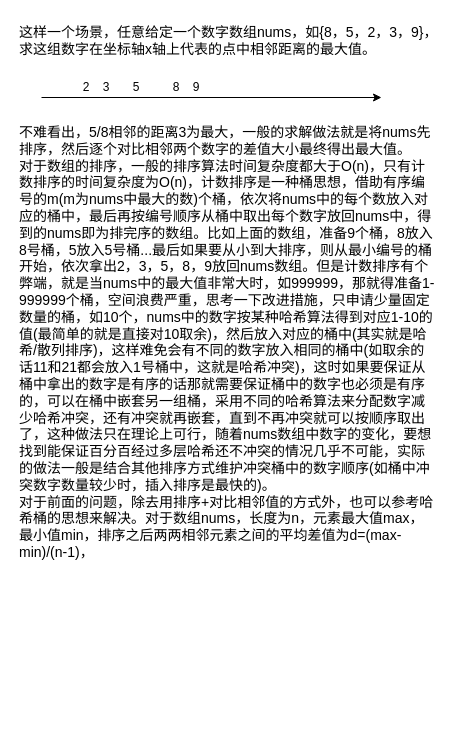
Above: 有序数列相邻元素最大/小差值.drawio in a7956232/drawIOFiles (draw.io), before the change. Source tidied: cells renumbered, new cells numbered last; positions are measured from the earlier drawing's top-left corner, leaving out a move shared by most shapes. Both pictures are drawn from the tidied source at 100%, with x=0, y=0 at pixel (17, 17).
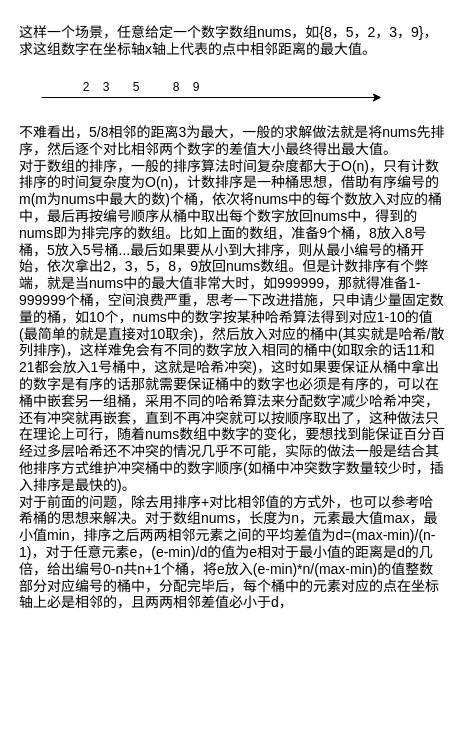
After the change.

Commit message:
更新有序数列相邻元素最大/小差值.drawio

Change to the diagram source:
```diff
@@
 <mxGraphModel>
   <root>
     <mxCell id="0" />
     <mxCell id="1" parent="0" />
     <mxCell id="2" value="这样一个场景，任意给定一个数字数组nums，如{8，5，2，3，9}，求这组数字在坐标轴x轴上代表的点中相邻距离的最大值。" style="text;html=1;strokeColor=none;fillColor=none;align=left;verticalAlign=top;whiteSpace=wrap;rounded=0;fontSize=14;" parent="1" vertex="1">
       <mxGeometry width="430" height="50" as="geometry" />
     </mxCell>
     <mxCell id="3" style="endArrow=classic;html=1;rounded=0;" parent="1" edge="1">
       <mxGeometry relative="1" as="geometry">
         <mxPoint x="24" y="80" as="sourcePoint" />
         <mxPoint x="364" y="80" as="targetPoint" />
       </mxGeometry>
     </mxCell>
     <mxCell id="4" value="2" style="text;html=1;strokeColor=none;fillColor=none;align=center;verticalAlign=middle;whiteSpace=wrap;rounded=0;" parent="1" vertex="1">
       <mxGeometry x="64" y="60" width="10" height="20" as="geometry" />
     </mxCell>
     <mxCell id="5" value="3" style="text;html=1;strokeColor=none;fillColor=none;align=center;verticalAlign=middle;whiteSpace=wrap;rounded=0;" parent="1" vertex="1">
       <mxGeometry x="84" y="60" width="10" height="20" as="geometry" />
     </mxCell>
     <mxCell id="6" value="5" style="text;html=1;strokeColor=none;fillColor=none;align=center;verticalAlign=middle;whiteSpace=wrap;rounded=0;" parent="1" vertex="1">
       <mxGeometry x="114" y="60" width="10" height="20" as="geometry" />
     </mxCell>
     <mxCell id="7" value="8" style="text;html=1;strokeColor=none;fillColor=none;align=center;verticalAlign=middle;whiteSpace=wrap;rounded=0;" parent="1" vertex="1">
       <mxGeometry x="154" y="60" width="10" height="20" as="geometry" />
     </mxCell>
     <mxCell id="8" value="9" style="text;html=1;strokeColor=none;fillColor=none;align=center;verticalAlign=middle;whiteSpace=wrap;rounded=0;" parent="1" vertex="1">
       <mxGeometry x="174" y="60" width="10" height="20" as="geometry" />
     </mxCell>
-    <mxCell id="9" value="不难看出，5/8相邻的距离3为最大，一般的求解做法就是将nums先排序，然后逐个对比相邻两个数字的差值大小最终得出最大值。&lt;br&gt;对于数组的排序，一般的排序算法时间复杂度都大于O(n)，只有计数排序的时间复杂度为O(n)，计数排序是一种桶思想，借助有序编号的m(m为nums中最大的数)个桶，依次将nums中的每个数放入对应的桶中，最后再按编号顺序从桶中取出每个数字放回nums中，得到的nums即为排完序的数组。比如上面的数组，准备9个桶，8放入8号桶，5放入5号桶...最后如果要从小到大排序，则从最小编号的桶开始，依次拿出2，3，5，8，9放回nums数组。但是计数排序有个弊端，就是当nums中的最大值非常大时，如999999，那就得准备1-999999个桶，空间浪费严重，思考一下改进措施，只申请少量固定数量的桶，如10个，nums中的数字按某种哈希算法得到对应1-10的值(最简单的就是直接对10取余)，然后放入对应的桶中(其实就是哈希/散列排序)，这样难免会有不同的数字放入相同的桶中(如取余的话11和21都会放入1号桶中，这就是哈希冲突)，这时如果要保证从桶中拿出的数字是有序的话那就需要保证桶中的数字也必须是有序的，可以在桶中嵌套另一组桶，采用不同的哈希算法来分配数字减少哈希冲突，还有冲突就再嵌套，直到不再冲突就可以按顺序取出了，这种做法只在理论上可行，随着nums数组中数字的变化，要想找到能保证百分百经过多层哈希还不冲突的情况几乎不可能，实际的做法一般是结合其他排序方式维护冲突桶中的数字顺序(如桶中冲突数字数量较少时，插入排序是最快的)。&lt;br&gt;对于前面的问题，除去用排序+对比相邻值的方式外，也可以参考哈希桶的思想来解决。对于数组nums，长度为n，元素最大值max，最小值min，排序之后两两相邻元素之间的平均差值为d=(max-min)/(n-1)，" style="text;html=1;strokeColor=none;fillColor=none;align=left;verticalAlign=top;whiteSpace=wrap;rounded=0;fontSize=14;" parent="1" vertex="1">
-      <mxGeometry y="100" width="420" height="620" as="geometry" />
+    <mxCell id="9" value="不难看出，5/8相邻的距离3为最大，一般的求解做法就是将nums先排序，然后逐个对比相邻两个数字的差值大小最终得出最大值。&lt;br&gt;对于数组的排序，一般的排序算法时间复杂度都大于O(n)，只有计数排序的时间复杂度为O(n)，计数排序是一种桶思想，借助有序编号的m(m为nums中最大的数)个桶，依次将nums中的每个数放入对应的桶中，最后再按编号顺序从桶中取出每个数字放回nums中，得到的nums即为排完序的数组。比如上面的数组，准备9个桶，8放入8号桶，5放入5号桶...最后如果要从小到大排序，则从最小编号的桶开始，依次拿出2，3，5，8，9放回nums数组。但是计数排序有个弊端，就是当nums中的最大值非常大时，如999999，那就得准备1-999999个桶，空间浪费严重，思考一下改进措施，只申请少量固定数量的桶，如10个，nums中的数字按某种哈希算法得到对应1-10的值(最简单的就是直接对10取余)，然后放入对应的桶中(其实就是哈希/散列排序)，这样难免会有不同的数字放入相同的桶中(如取余的话11和21都会放入1号桶中，这就是哈希冲突)，这时如果要保证从桶中拿出的数字是有序的话那就需要保证桶中的数字也必须是有序的，可以在桶中嵌套另一组桶，采用不同的哈希算法来分配数字减少哈希冲突，还有冲突就再嵌套，直到不再冲突就可以按顺序取出了，这种做法只在理论上可行，随着nums数组中数字的变化，要想找到能保证百分百经过多层哈希还不冲突的情况几乎不可能，实际的做法一般是结合其他排序方式维护冲突桶中的数字顺序(如桶中冲突数字数量较少时，插入排序是最快的)。&lt;br&gt;对于前面的问题，除去用排序+对比相邻值的方式外，也可以参考哈希桶的思想来解决。对于数组nums，长度为n，元素最大值max，最小值min，排序之后两两相邻元素之间的平均差值为d=(max-min)/(n-1)，对于任意元素e，(e-min)/d的值为e相对于最小值的距离是d的几倍，给出编号0-n共n+1个桶，将e放入(e-min)*n/(max-min)的值整数部分对应编号的桶中，分配完毕后，每个桶中的元素对应的点在坐标轴上必是相邻的，且两两相邻差值必小于d，" style="text;html=1;strokeColor=none;fillColor=none;align=left;verticalAlign=top;whiteSpace=wrap;rounded=0;fontSize=14;" parent="1" vertex="1">
+      <mxGeometry y="100" width="430" height="620" as="geometry" />
     </mxCell>
   </root>
 </mxGraphModel>
```
